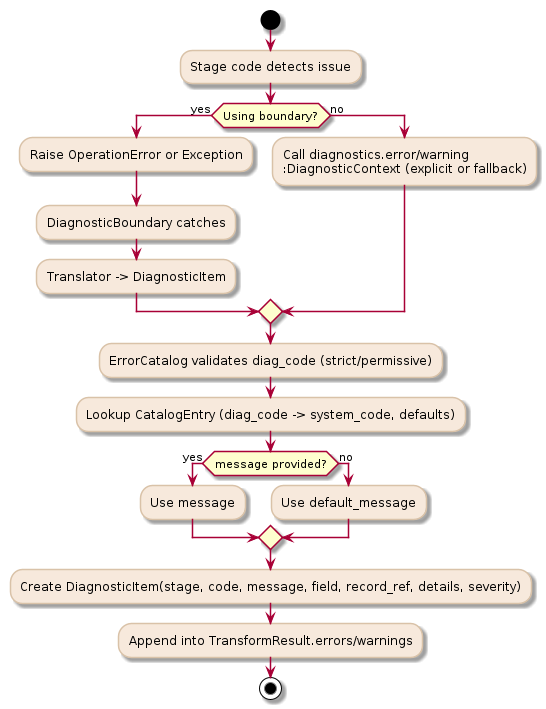
xORex-LC/nexus-etl keeps this PlantUML diagram as docs/uml/pipeline/diagnostic_layer/diagnostic_layer_activity.png. Above is the earlier version. Its source is kept beside it as docs/uml/pipeline/diagnostic_layer/diagnostic_layer_activity.puml.
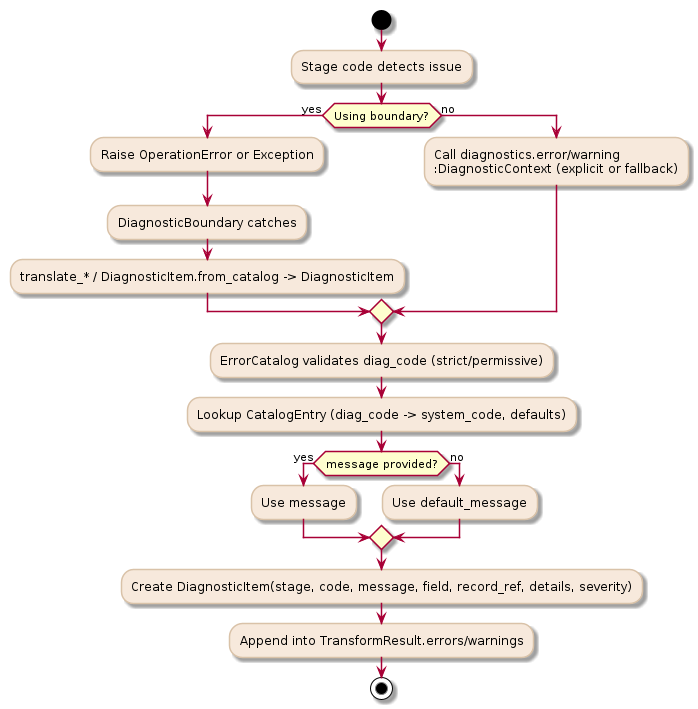
The same file after the commit.

Change to the diagram source:
```diff
@@ -9,7 +9,7 @@
 if (Using boundary?) then (yes)
   :Raise OperationError or Exception;
   :DiagnosticBoundary catches;
-  :Translator -> DiagnosticItem;
+  :translate_* / DiagnosticItem.from_catalog -> DiagnosticItem;
 else (no)
   :Call diagnostics.error/warning
   :DiagnosticContext (explicit or fallback);
```
